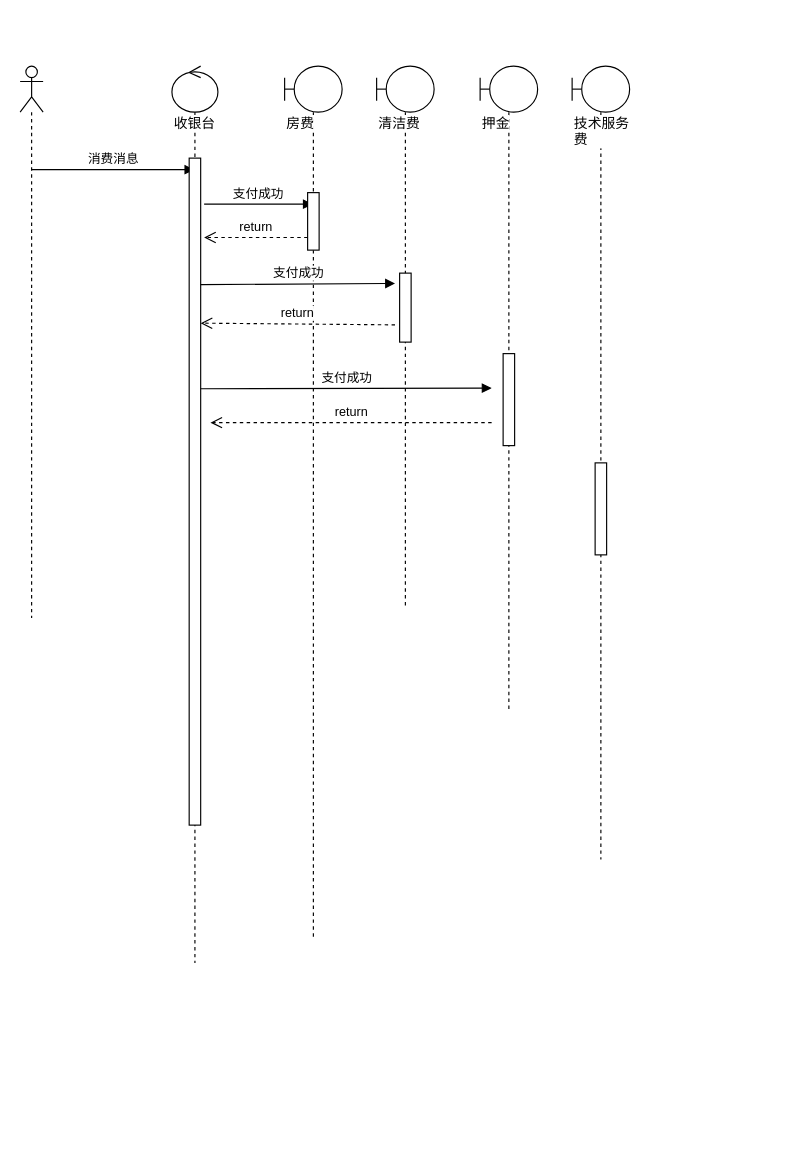
Earlier version of the draw.io diagram page "支付成功广播" (7 of 7) of 支付中心.drawio (NonePro/UML). Source tidied: cells renumbered, new cells numbered last; positions are measured from the earlier drawing's top-left corner, leaving out a move shared by most shapes. Both pictures are drawn from the tidied source at 115%, with x=0, y=0 at pixel (20, 66).
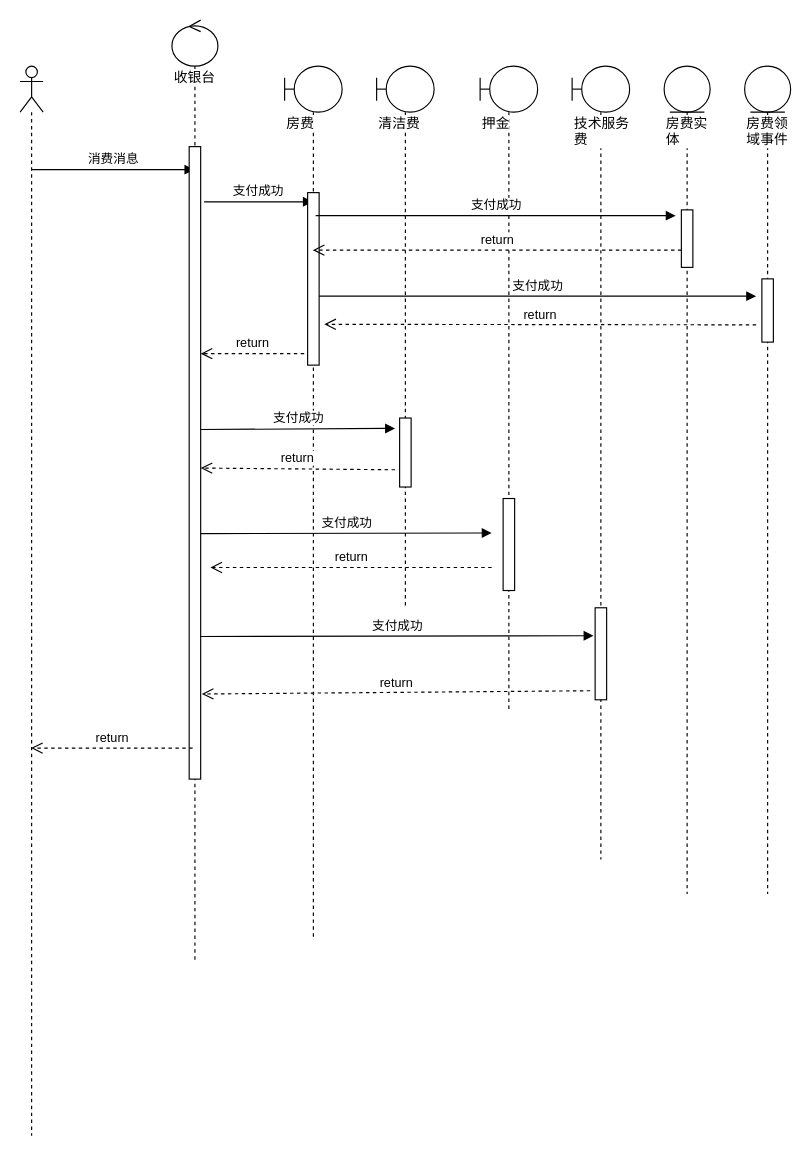
The same diagram, later.

Commit message:
支付成功回调

The change refers to these unchanged cells:
```xml
<mxCell id="7" value="房费" style="shape=umlLifeline;participant=umlBoundary;perimeter=lifelinePerimeter;whiteSpace=wrap;html=1;verticalAlign=top;spacingTop=36;labelBackgroundColor=#ffffff;outlineConnect=0;align=left;" parent="1" vertex="1">
  <mxGeometry x="230" width="50" height="760" as="geometry" />
</mxCell>
<mxCell id="9" value="清洁费" style="shape=umlLifeline;participant=umlBoundary;perimeter=lifelinePerimeter;whiteSpace=wrap;html=1;verticalAlign=top;spacingTop=36;labelBackgroundColor=#ffffff;align=left;" parent="1" vertex="1">
  <mxGeometry x="310" width="50" height="470" as="geometry" />
</mxCell>
<mxCell id="11" value="押金" style="shape=umlLifeline;participant=umlBoundary;perimeter=lifelinePerimeter;whiteSpace=wrap;html=1;verticalAlign=top;spacingTop=36;labelBackgroundColor=#ffffff;align=left;" parent="1" vertex="1">
  <mxGeometry x="400" width="50" height="560" as="geometry" />
</mxCell>
<mxCell id="13" value="技术服务费" style="shape=umlLifeline;participant=umlBoundary;perimeter=lifelinePerimeter;whiteSpace=wrap;html=1;verticalAlign=top;spacingTop=36;labelBackgroundColor=#ffffff;align=left;" parent="1" vertex="1">
  <mxGeometry x="480" width="50" height="690" as="geometry" />
</mxCell>
```

The edit, as a diff of the source:
```diff
@@
     <mxCell id="2" style="shape=umlLifeline;participant=umlActor;perimeter=lifelinePerimeter;whiteSpace=wrap;html=1;verticalAlign=top;spacingTop=36;labelBackgroundColor=#ffffff;outlineConnect=0;align=left;" parent="1" vertex="1">
-      <mxGeometry width="20" height="480" as="geometry" />
+      <mxGeometry width="20" height="930" as="geometry" />
     </mxCell>
@@
     <mxCell id="4" value="收银台" style="shape=umlLifeline;participant=umlControl;perimeter=lifelinePerimeter;whiteSpace=wrap;html=1;verticalAlign=top;spacingTop=36;labelBackgroundColor=#ffffff;outlineConnect=0;align=left;" parent="1" vertex="1">
-      <mxGeometry x="132" width="40" height="780" as="geometry" />
+      <mxGeometry x="132" y="-40" width="40" height="820" as="geometry" />
     </mxCell>
     <mxCell id="5" style="html=1;perimeter=orthogonalPerimeter;align=left;" parent="4" vertex="1">
-      <mxGeometry x="15" y="80" width="10" height="580" as="geometry" />
+      <mxGeometry x="15" y="110" width="10" height="550" as="geometry" />
     </mxCell>
-    <mxCell id="6" value="支付成功" style="html=1;verticalAlign=bottom;endArrow=block;" parent="4" edge="1" target="7">
+    <mxCell id="6" value="支付成功" style="html=1;verticalAlign=bottom;endArrow=block;" parent="4" edge="1">
       <mxGeometry relative="1" as="geometry">
-        <mxPoint x="28" y="120" as="sourcePoint" />
+        <mxPoint x="28" y="158" as="sourcePoint" />
+        <mxPoint x="122.5" y="158" as="targetPoint" />
       </mxGeometry>
     </mxCell>
@@
     <mxCell id="8" style="html=1;perimeter=orthogonalPerimeter;align=left;" parent="7" vertex="1">
-      <mxGeometry x="20" y="110" width="10" height="50" as="geometry" />
+      <mxGeometry x="20" y="110" width="10" height="150" as="geometry" />
     </mxCell>
@@
     <mxCell id="10" style="html=1;perimeter=orthogonalPerimeter;align=left;" parent="9" vertex="1">
-      <mxGeometry x="20" y="180" width="10" height="60" as="geometry" />
+      <mxGeometry x="20" y="306" width="10" height="60" as="geometry" />
     </mxCell>
@@
     <mxCell id="12" style="html=1;perimeter=orthogonalPerimeter;align=left;" parent="11" vertex="1">
-      <mxGeometry x="20" y="250" width="10" height="80" as="geometry" />
+      <mxGeometry x="20" y="376" width="10" height="80" as="geometry" />
     </mxCell>
@@
     <mxCell id="14" style="html=1;points=[];perimeter=orthogonalPerimeter;align=left;" parent="13" vertex="1">
-      <mxGeometry x="20" y="345" width="10" height="80" as="geometry" />
+      <mxGeometry x="20" y="471" width="10" height="80" as="geometry" />
     </mxCell>
     <mxCell id="15" value="return" style="html=1;verticalAlign=bottom;endArrow=open;dashed=1;endSize=8;" parent="1" edge="1">
       <mxGeometry relative="1" as="geometry">
-        <mxPoint x="250" y="149" as="sourcePoint" />
-        <mxPoint x="160" y="149" as="targetPoint" />
+        <mxPoint x="247" y="250" as="sourcePoint" />
+        <mxPoint x="157" y="250" as="targetPoint" />
       </mxGeometry>
     </mxCell>
     <mxCell id="16" value="支付成功" style="html=1;verticalAlign=bottom;endArrow=block;" parent="1" edge="1">
       <mxGeometry relative="1" as="geometry">
-        <mxPoint x="157" y="190" as="sourcePoint" />
-        <mxPoint x="326" y="189" as="targetPoint" />
+        <mxPoint x="157" y="316" as="sourcePoint" />
+        <mxPoint x="326" y="315" as="targetPoint" />
       </mxGeometry>
     </mxCell>
     <mxCell id="17" value="return" style="html=1;verticalAlign=bottom;endArrow=open;dashed=1;endSize=8;exitX=-0.357;exitY=0.518;exitDx=0;exitDy=0;exitPerimeter=0;" parent="1" edge="1">
       <mxGeometry relative="1" as="geometry">
-        <mxPoint x="326" y="225" as="sourcePoint" />
-        <mxPoint x="157" y="223.5" as="targetPoint" />
+        <mxPoint x="326" y="351" as="sourcePoint" />
+        <mxPoint x="157" y="349.5" as="targetPoint" />
       </mxGeometry>
     </mxCell>
     <mxCell id="18" value="支付成功" style="html=1;verticalAlign=bottom;endArrow=block;" parent="1" edge="1">
       <mxGeometry relative="1" as="geometry">
-        <mxPoint x="157" y="280.5" as="sourcePoint" />
-        <mxPoint x="410" y="280" as="targetPoint" />
+        <mxPoint x="157" y="406.5" as="sourcePoint" />
+        <mxPoint x="410" y="406" as="targetPoint" />
       </mxGeometry>
     </mxCell>
     <mxCell id="19" value="return" style="html=1;verticalAlign=bottom;endArrow=open;dashed=1;endSize=8;" parent="1" edge="1">
       <mxGeometry relative="1" as="geometry">
-        <mxPoint x="410" y="310" as="sourcePoint" />
-        <mxPoint x="165.5" y="310" as="targetPoint" />
+        <mxPoint x="410" y="436" as="sourcePoint" />
+        <mxPoint x="165.5" y="436" as="targetPoint" />
       </mxGeometry>
     </mxCell>
+    <mxCell id="20" value="支付成功" style="html=1;verticalAlign=bottom;endArrow=block;entryX=-0.143;entryY=0.304;entryDx=0;entryDy=0;entryPerimeter=0;" parent="1" edge="1" target="14">
+      <mxGeometry relative="1" as="geometry">
+        <mxPoint x="157" y="496" as="sourcePoint" />
+      </mxGeometry>
+    </mxCell>
+    <mxCell id="21" value="return" style="html=1;verticalAlign=bottom;endArrow=open;dashed=1;endSize=8;exitX=-0.429;exitY=0.902;exitDx=0;exitDy=0;exitPerimeter=0;" parent="1" edge="1" source="14">
+      <mxGeometry relative="1" as="geometry">
+        <mxPoint x="158" y="546" as="targetPoint" />
+      </mxGeometry>
+    </mxCell>
+    <mxCell id="22" value="房费实体" style="shape=umlLifeline;participant=umlEntity;perimeter=lifelinePerimeter;whiteSpace=wrap;html=1;verticalAlign=top;spacingTop=36;labelBackgroundColor=#ffffff;align=left;" parent="1" vertex="1">
+      <mxGeometry x="560" width="40" height="720" as="geometry" />
+    </mxCell>
+    <mxCell id="23" style="html=1;perimeter=orthogonalPerimeter;align=left;" parent="22" vertex="1">
+      <mxGeometry x="15" y="125" width="10" height="50" as="geometry" />
+    </mxCell>
+    <mxCell id="24" value="支付成功" style="html=1;verticalAlign=bottom;endArrow=block;" parent="1" edge="1">
+      <mxGeometry relative="1" as="geometry">
+        <mxPoint x="257" y="130" as="sourcePoint" />
+        <mxPoint x="570" y="130" as="targetPoint" />
+      </mxGeometry>
+    </mxCell>
+    <mxCell id="25" value="房费领域事件" style="shape=umlLifeline;participant=umlEntity;perimeter=lifelinePerimeter;whiteSpace=wrap;html=1;verticalAlign=top;spacingTop=36;labelBackgroundColor=#ffffff;align=left;" parent="1" vertex="1">
+      <mxGeometry x="630" width="40" height="720" as="geometry" />
+    </mxCell>
+    <mxCell id="26" style="html=1;perimeter=orthogonalPerimeter;align=left;" parent="25" vertex="1">
+      <mxGeometry x="15" y="185" width="10" height="55" as="geometry" />
+    </mxCell>
+    <mxCell id="27" value="return" style="html=1;verticalAlign=bottom;endArrow=open;dashed=1;endSize=8;" parent="1" edge="1" target="7">
+      <mxGeometry relative="1" as="geometry">
+        <mxPoint x="575" y="160" as="sourcePoint" />
+      </mxGeometry>
+    </mxCell>
+    <mxCell id="28" value="支付成功" style="html=1;verticalAlign=bottom;endArrow=block;" parent="1" edge="1">
+      <mxGeometry relative="1" as="geometry">
+        <mxPoint x="260" y="200" as="sourcePoint" />
+        <mxPoint x="640" y="200" as="targetPoint" />
+      </mxGeometry>
+    </mxCell>
+    <mxCell id="29" value="return" style="html=1;verticalAlign=bottom;endArrow=open;dashed=1;endSize=8;" parent="1" edge="1">
+      <mxGeometry relative="1" as="geometry">
+        <mxPoint x="640" y="225" as="sourcePoint" />
+        <mxPoint x="264.5" y="224.5" as="targetPoint" />
+      </mxGeometry>
+    </mxCell>
+    <mxCell id="30" value="return" style="html=1;verticalAlign=bottom;endArrow=open;dashed=1;endSize=8;" parent="1" edge="1" target="2">
+      <mxGeometry relative="1" as="geometry">
+        <mxPoint x="150" y="593" as="sourcePoint" />
+      </mxGeometry>
+    </mxCell>
```
